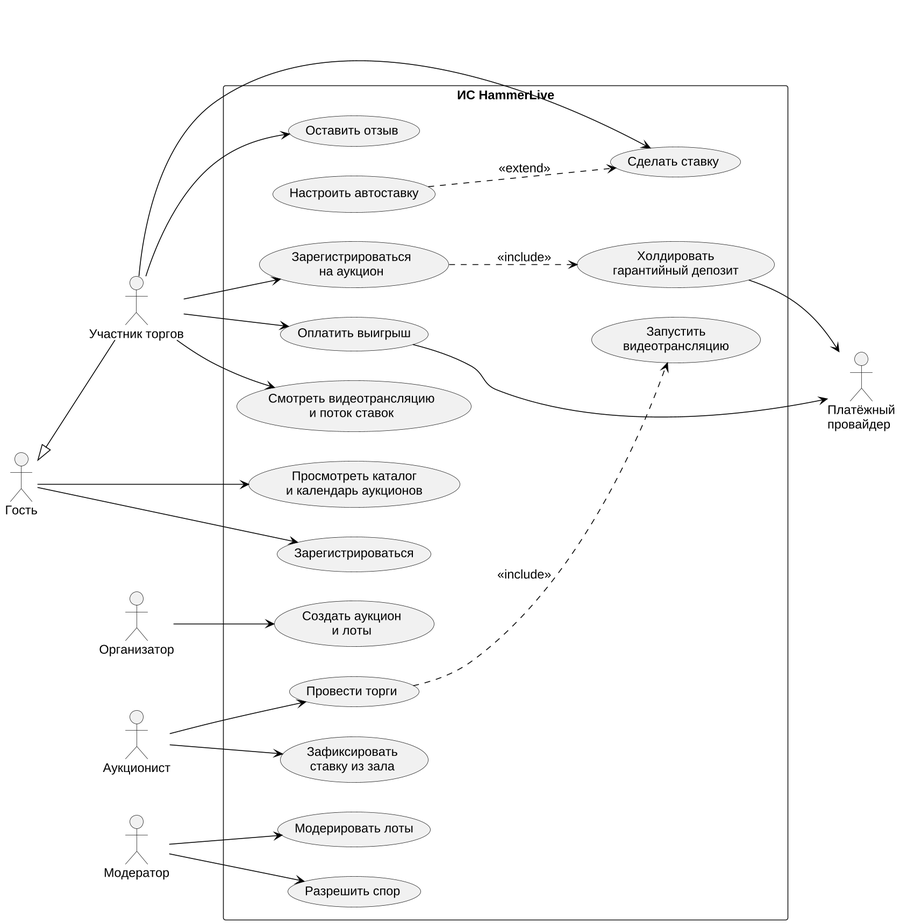
This is design/uml/usecase.png from Gardar42/hammerlive, a PlantUML export, as it was before one commit.
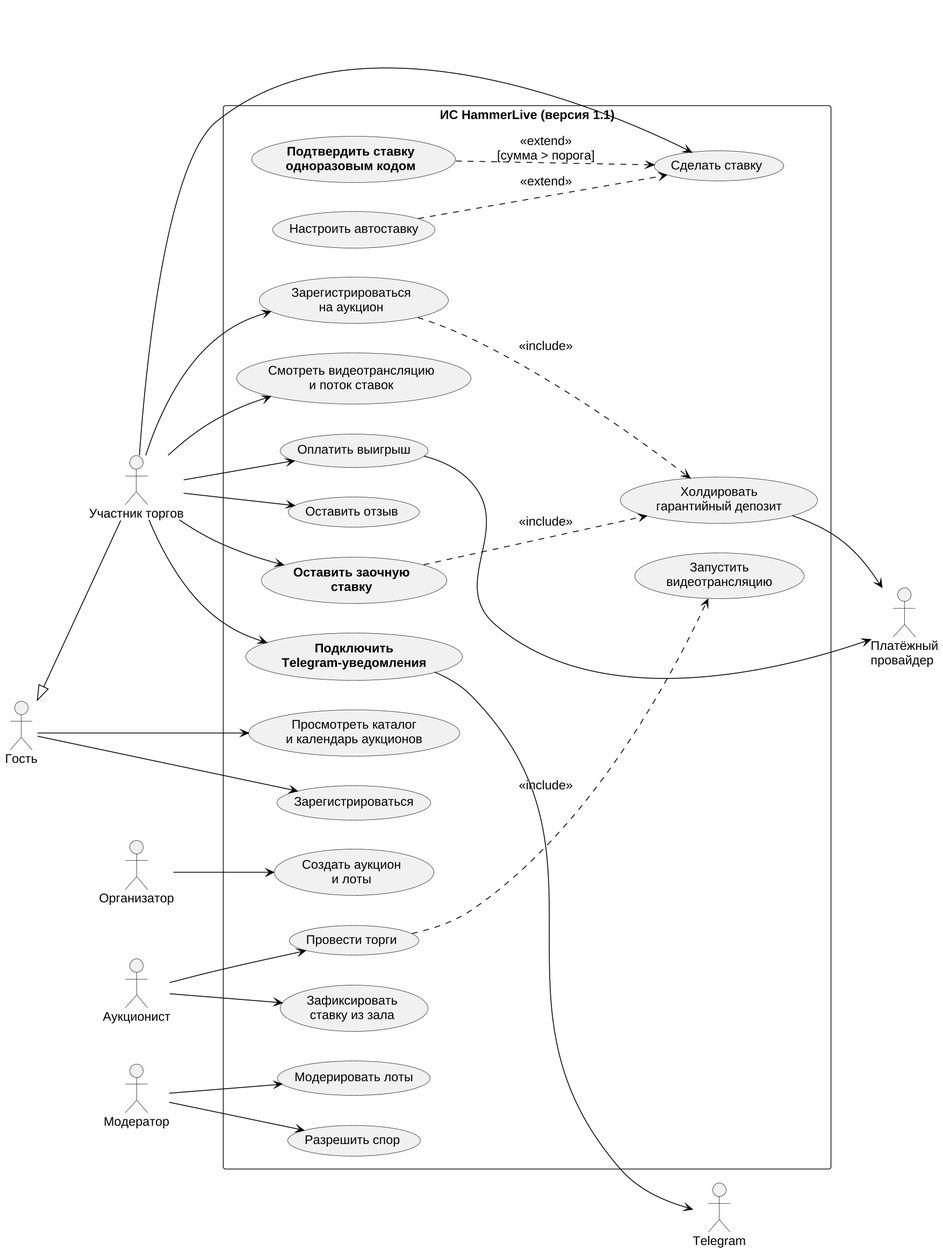
The same file after the commit.

Commit message:
FB-1, FB-2, FB-4: актуализированы диаграммы вариантов использования, компонентов и последовательностей (v1.1)

What changed in the source:
```diff
@@ -14,9 +14,10 @@
 actor "Организатор" as O
 actor "Аукционист" as AU
 actor "Модератор" as M
+actor "Telegram" as T
 actor "Платёжный\nпровайдер" as P
 G <|-- U
-rectangle "ИС HammerLive" {
+rectangle "ИС HammerLive (версия 1.1)" {
   usecase "Просмотреть каталог\nи календарь аукционов" as UC1
   usecase "Зарегистрироваться" as UC2
   usecase "Зарегистрироваться\nна аукцион" as UC3
@@ -30,6 +31,9 @@
   usecase "Провести торги" as UC11
   usecase "Запустить\nвидеотрансляцию" as UC12
   usecase "Зафиксировать\nставку из зала" as UC18
+  usecase "**Подтвердить ставку**\n**одноразовым кодом**" as UC15
+  usecase "**Оставить заочную**\n**ставку**" as UC16
+  usecase "**Подключить**\n**Telegram-уведомления**" as UC17
   usecase "Модерировать лоты" as UC13
   usecase "Разрешить спор" as UC14
 }
@@ -40,6 +44,8 @@
 U --> UC7
 U --> UC8
 U --> UC9
+U --> UC16
+U --> UC17
 O --> UC10
 AU --> UC11
 AU --> UC18
@@ -47,7 +53,10 @@
 M --> UC14
 UC3 ..> UC4 : <<include>>
 UC6 ..> UC5 : <<extend>>
+UC15 ..> UC5 : <<extend>>\n[сумма > порога]
+UC16 ..> UC4 : <<include>>
 UC11 ..> UC12 : <<include>>
 UC4 --> P
 UC8 --> P
+UC17 --> T
 @enduml
```
